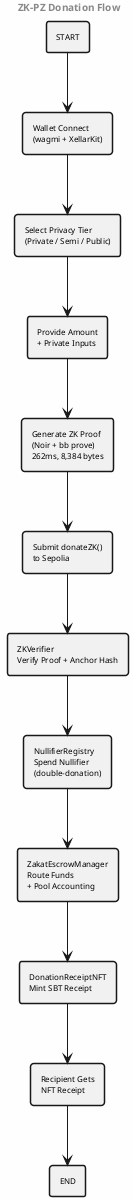
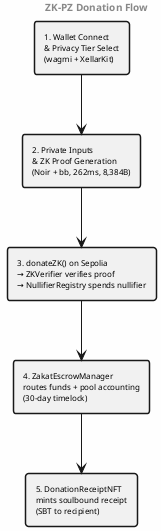
@startuml
skinparam backgroundColor #FEFEFE
skinparam shadowing false
skinparam defaultFontName Times-Roman
skinparam defaultFontSize 8
skinparam rectangleBorderThickness 1.5

header <b>ZK-PZ Donation Flow</b>

- rectangle "START" as START
- rectangle "Wallet Connect\n(wagmi + XellarKit)" as WC
- rectangle "Select Privacy Tier\n(Private / Semi / Public)" as TIER
- rectangle "Provide Amount\n+ Private Inputs" as INPUT
- rectangle "Generate ZK Proof\n(Noir + bb prove)\n262ms, 8,384 bytes" as PROOF
- rectangle "Submit donateZK()\nto Sepolia" as TX
- rectangle "ZKVerifier\nVerify Proof + Anchor Hash" as VERIFY
- rectangle "NullifierRegistry\nSpend Nullifier\n(double-donation)" as NULL
- rectangle "ZakatEscrowManager\nRoute Funds\n+ Pool Accounting" as ESCROW
- rectangle "DonationReceiptNFT\nMint SBT Receipt" as MINT
- rectangle "Recipient Gets\nNFT Receipt" as RECIP
- rectangle "END" as END
+ rectangle "1. Wallet Connect\n& Privacy Tier Select\n(wagmi + XellarKit)" as S1
+ rectangle "2. Private Inputs\n& ZK Proof Generation\n(Noir + bb, 262ms, 8,384B)" as S2
+ rectangle "3. donateZK() on Sepolia\n→ ZKVerifier verifies proof\n→ NullifierRegistry spends nullifier" as S3
+ rectangle "4. ZakatEscrowManager\nroutes funds + pool accounting\n(30-day timelock)" as S4
+ rectangle "5. DonationReceiptNFT\nmints soulbound receipt\n(SBT to recipient)" as S5

- START -down-> WC
- WC -down-> TIER
- TIER -down-> INPUT
- INPUT -down-> PROOF
- PROOF -down-> TX
- TX -down-> VERIFY
- VERIFY -down-> NULL
- NULL -down-> ESCROW
- ESCROW -down-> MINT
- MINT -down-> RECIP
- RECIP -down-> END
+ S1 -down-> S2
+ S2 -down-> S3
+ S3 -down-> S4
+ S4 -down-> S5

@enduml
